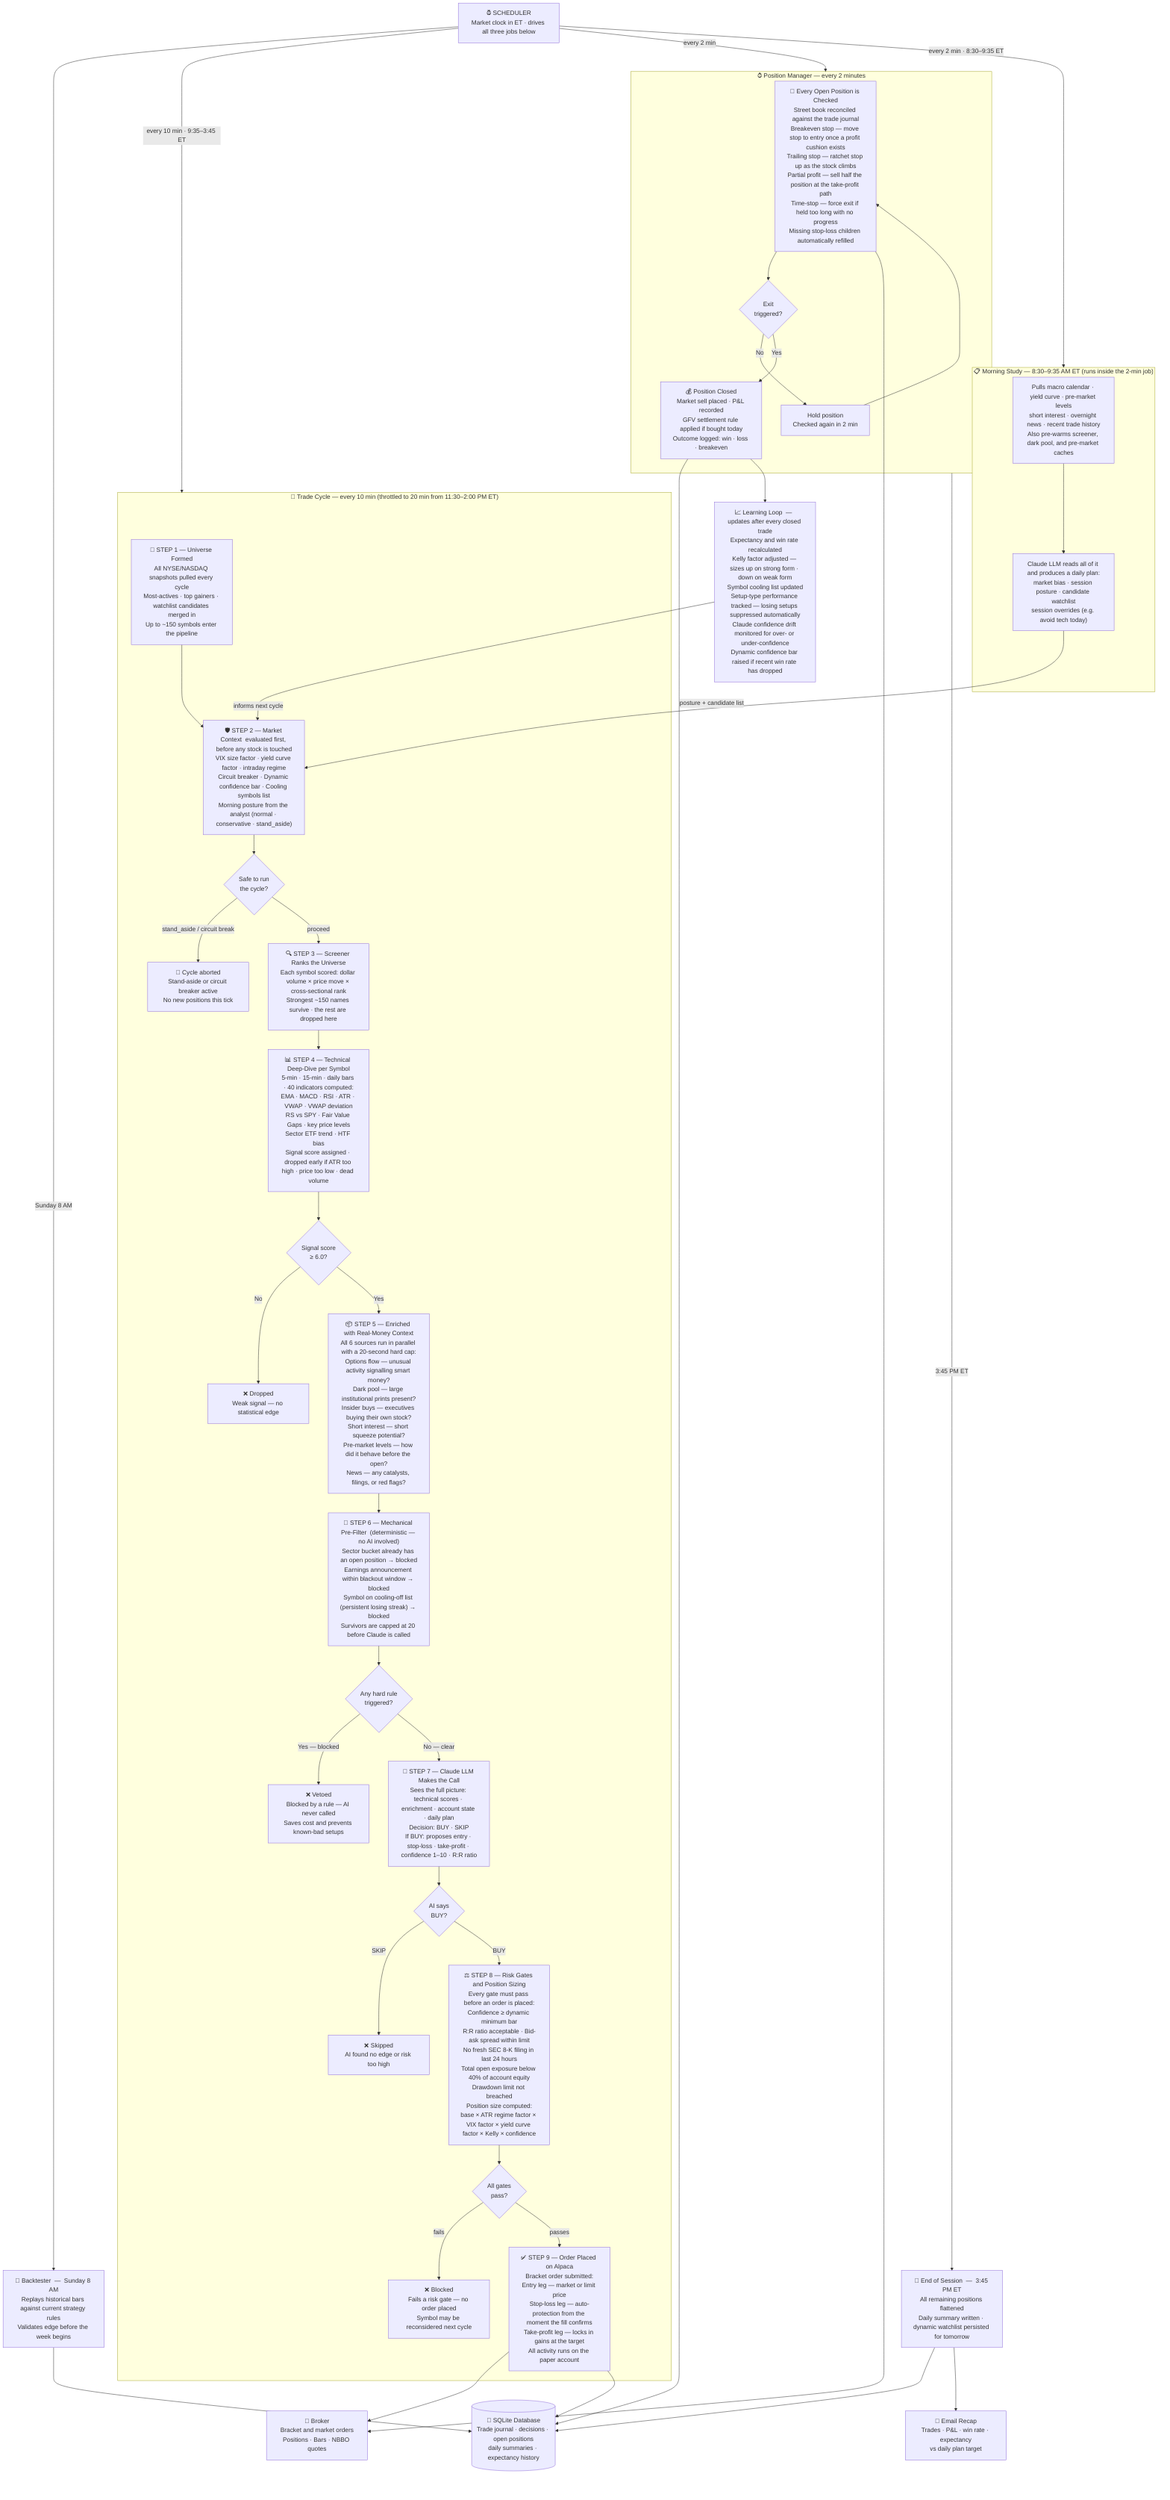
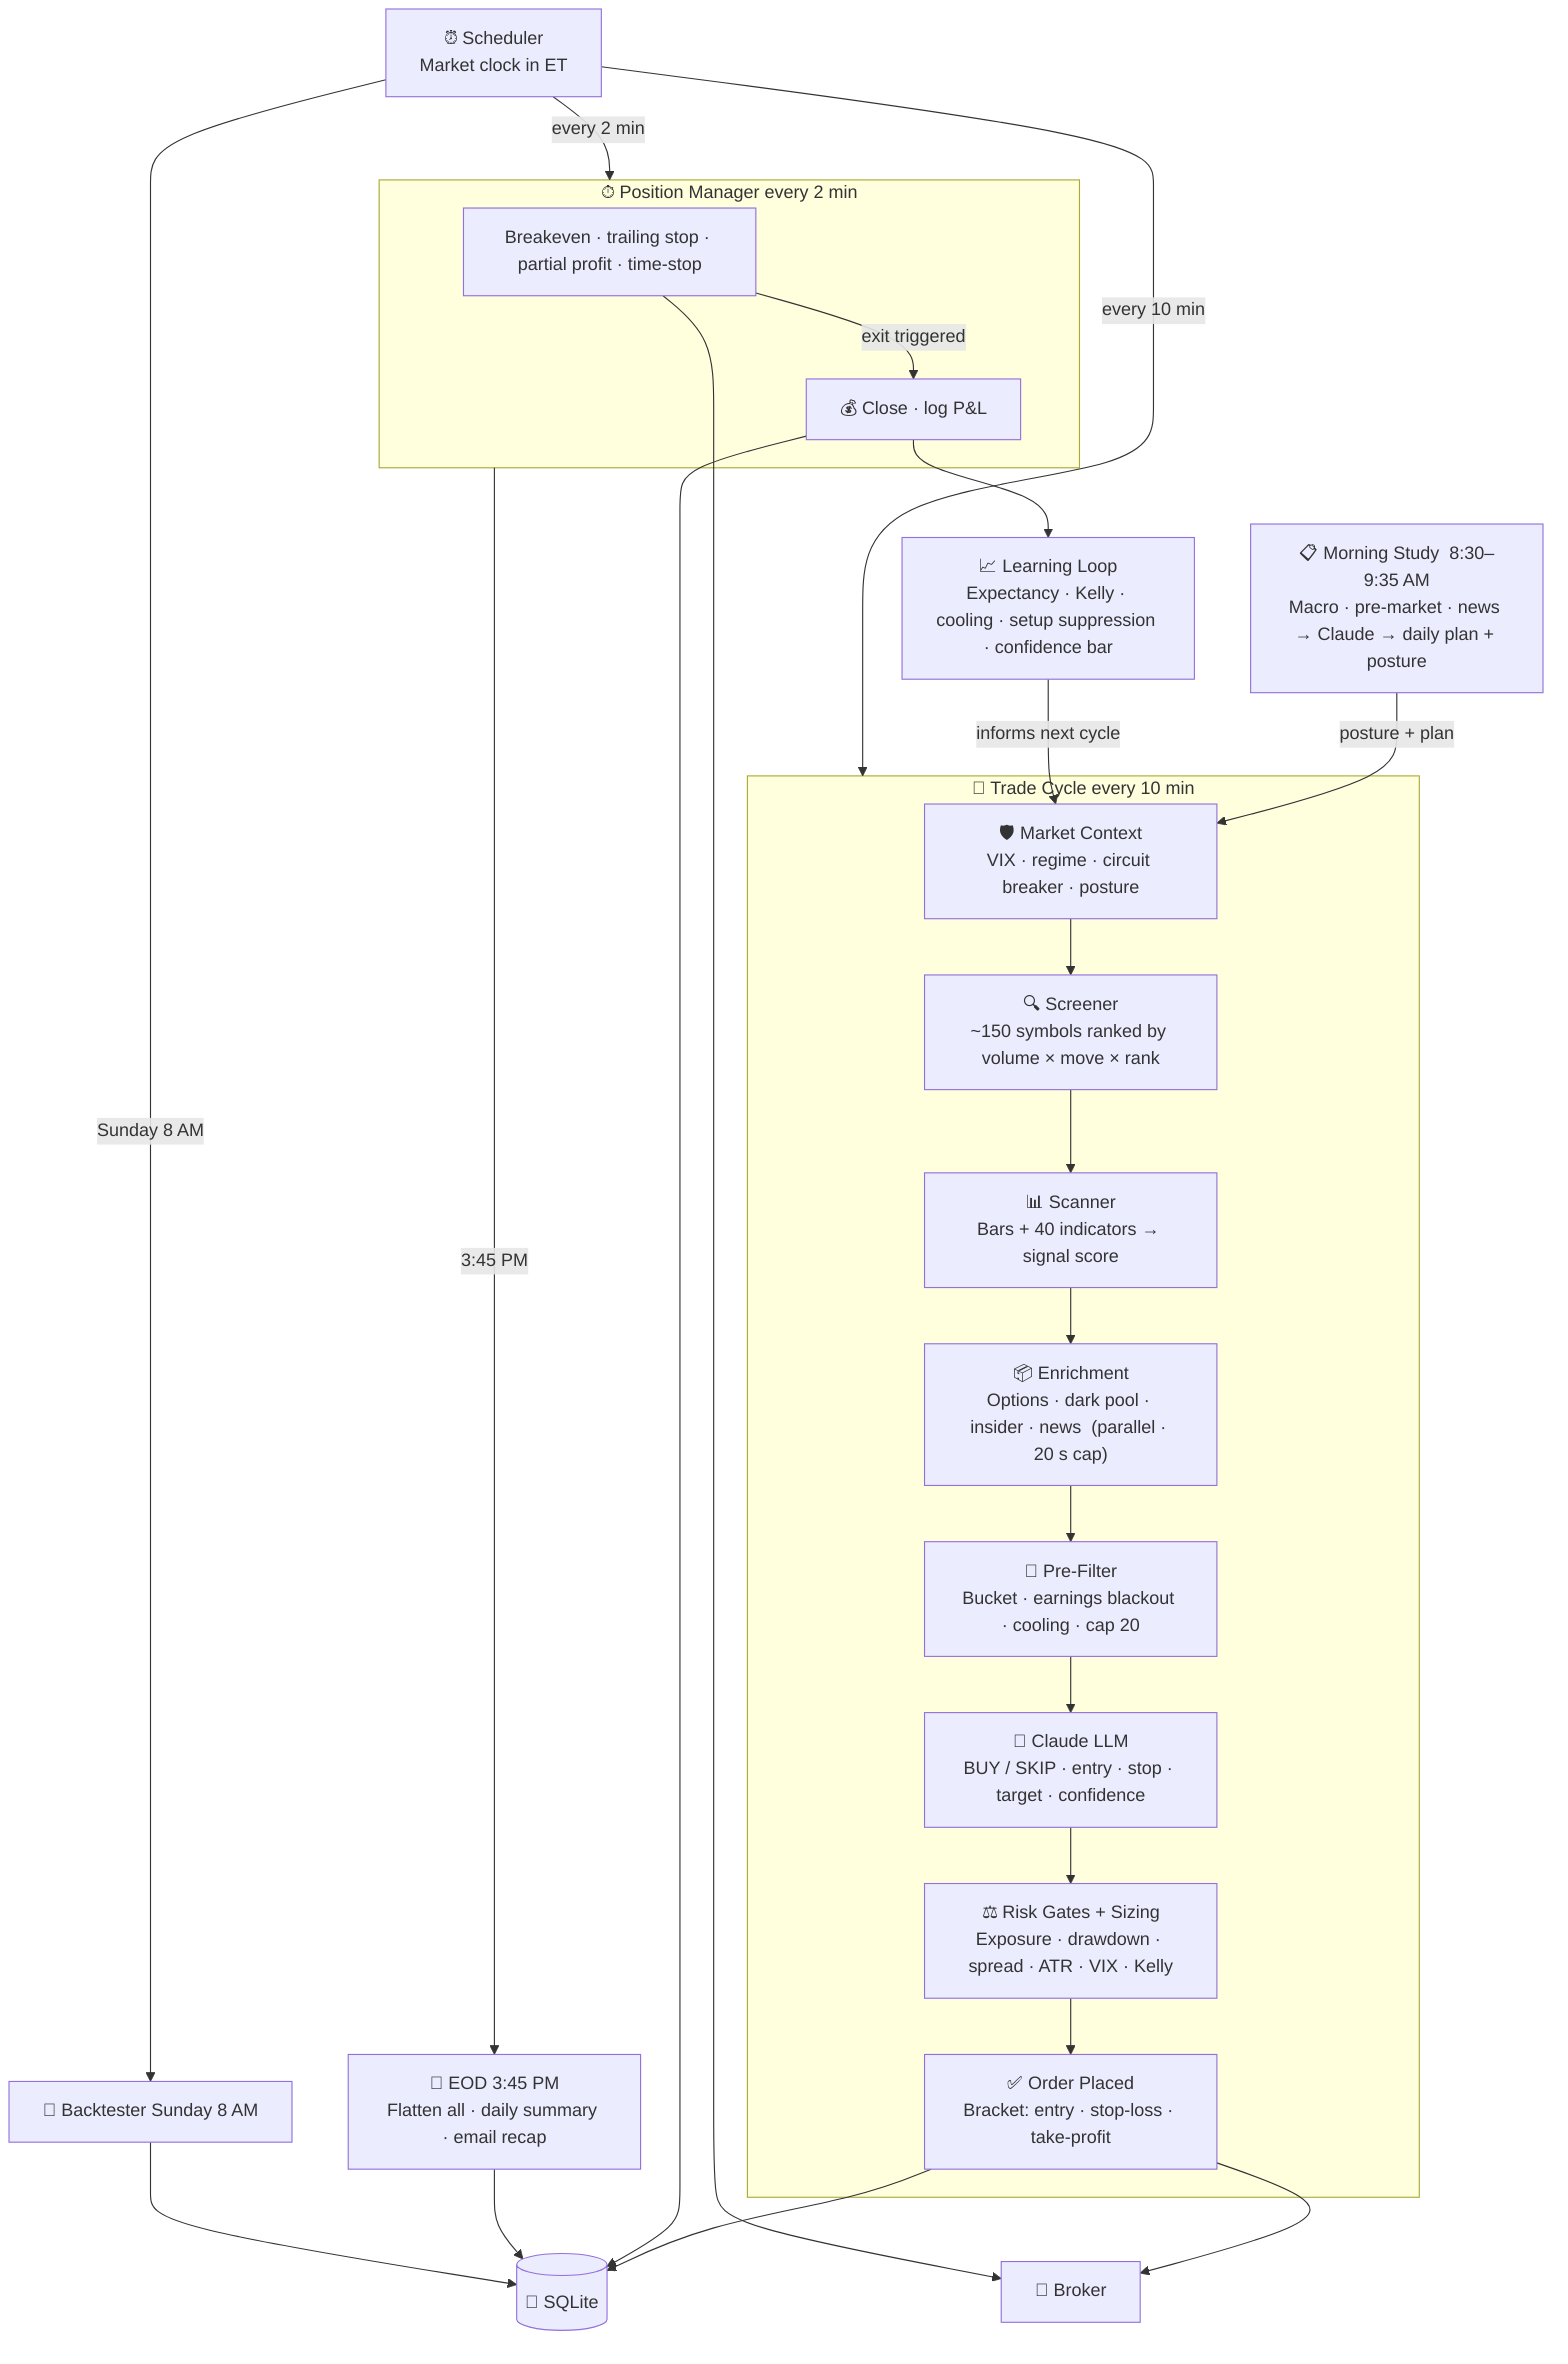
flowchart TD

-   SCHED["⏰ SCHEDULER\nMarket clock in ET · drives all three jobs below"]
+   SCHED["⏰ Scheduler\nMarket clock in ET"]

-   %% ── MORNING STUDY ──────────────────────────────────────────────────────────
-   subgraph MORNING_SG["📋 Morning Study  —  8:30–9:35 AM ET  (runs inside the 2-min job)"]
-     STUDY["Pulls macro calendar · yield curve · pre-market levels\nshort interest · overnight news · recent trade history\nAlso pre-warms screener, dark pool, and pre-market caches"]
-     ANALYST["Claude LLM reads all of it and produces a daily plan:\nmarket bias · session posture · candidate watchlist\nsession overrides (e.g. avoid tech today)"]
-     STUDY --> ANALYST
+   MORNING["📋 Morning Study  8:30–9:35 AM\nMacro · pre-market · news → Claude → daily plan + posture"]
+ 
+   subgraph CYCLE["🔄 Trade Cycle  every 10 min"]
+     GUARD["🛡️ Market Context\nVIX · regime · circuit breaker · posture"]
+     SCREEN["🔍 Screener\n~150 symbols ranked by volume × move × rank"]
+     SCAN["📊 Scanner\nBars + 40 indicators → signal score"]
+     ENRICH["📦 Enrichment\nOptions · dark pool · insider · news  (parallel · 20 s cap)"]
+     PREFILTER["🔎 Pre-Filter\nBucket · earnings blackout · cooling · cap 20"]
+     AI["🤖 Claude LLM\nBUY / SKIP · entry · stop · target · confidence"]
+     RISK["⚖️ Risk Gates + Sizing\nExposure · drawdown · spread · ATR · VIX · Kelly"]
+     ORDER["✅ Order Placed\nBracket: entry · stop-loss · take-profit"]
+     GUARD --> SCREEN --> SCAN --> ENRICH --> PREFILTER --> AI --> RISK --> ORDER
  end

-   %% ── TRADE CYCLE ────────────────────────────────────────────────────────────
-   subgraph CYCLE_SG["🔄 Trade Cycle  —  every 10 min  (throttled to 20 min from 11:30–2:00 PM ET)"]
- 
-     UNIVERSE["📡 STEP 1 — Universe Formed\nAll NYSE/NASDAQ snapshots pulled every cycle\nMost-actives · top gainers · watchlist candidates merged in\nUp to ~150 symbols enter the pipeline"]
- 
-     GUARD["🛡️ STEP 2 — Market Context  evaluated first, before any stock is touched\nVIX size factor · yield curve factor · intraday regime\nCircuit breaker · Dynamic confidence bar · Cooling symbols list\nMorning posture from the analyst (normal · conservative · stand_aside)"]
- 
-     GUARDED{"Safe to run\nthe cycle?"}
-     BLOCKED["🚫 Cycle aborted\nStand-aside or circuit breaker active\nNo new positions this tick"]
- 
-     SCREEN["🔍 STEP 3 — Screener Ranks the Universe\nEach symbol scored: dollar volume × price move × cross-sectional rank\nStrongest ~150 names survive · the rest are dropped here"]
- 
-     SCAN["📊 STEP 4 — Technical Deep-Dive per Symbol\n5-min · 15-min · daily bars · 40 indicators computed:\nEMA · MACD · RSI · ATR · VWAP · VWAP deviation\nRS vs SPY · Fair Value Gaps · key price levels\nSector ETF trend · HTF bias\nSignal score assigned · dropped early if ATR too high · price too low · dead volume"]
- 
-     SCOREGATE{"Signal score\n≥ 6.0?"}
-     DROPSCORE["❌ Dropped\nWeak signal — no statistical edge"]
- 
-     ENRICH["📦 STEP 5 — Enriched with Real-Money Context\nAll 6 sources run in parallel with a 20-second hard cap:\nOptions flow — unusual activity signalling smart money?\nDark pool — large institutional prints present?\nInsider buys — executives buying their own stock?\nShort interest — short squeeze potential?\nPre-market levels — how did it behave before the open?\nNews — any catalysts, filings, or red flags?"]
- 
-     PREFILTER["🔎 STEP 6 — Mechanical Pre-Filter  (deterministic — no AI involved)\nSector bucket already has an open position → blocked\nEarnings announcement within blackout window → blocked\nSymbol on cooling-off list (persistent losing streak) → blocked\nSurvivors are capped at 20 before Claude is called"]
- 
-     MECHGATE{"Any hard rule\ntriggered?"}
-     DROP_MECH["❌ Vetoed\nBlocked by a rule — AI never called\nSaves cost and prevents known-bad setups"]
- 
-     AI["🤖 STEP 7 — Claude LLM Makes the Call\nSees the full picture: technical scores · enrichment · account state · daily plan\nDecision: BUY · SKIP\nIf BUY: proposes entry · stop-loss · take-profit · confidence 1–10 · R:R ratio"]
- 
-     AIGATE{"AI says\nBUY?"}
-     DROP_AI["❌ Skipped\nAI found no edge or risk too high"]
- 
-     RISK["⚖️ STEP 8 — Risk Gates and Position Sizing\nEvery gate must pass before an order is placed:\nConfidence ≥ dynamic minimum bar\nR:R ratio acceptable · Bid-ask spread within limit\nNo fresh SEC 8-K filing in last 24 hours\nTotal open exposure below 40% of account equity\nDrawdown limit not breached\nPosition size computed:\nbase × ATR regime factor × VIX factor × yield curve factor × Kelly × confidence"]
- 
-     RISKGATE{"All gates\npass?"}
-     DROP_RISK["❌ Blocked\nFails a risk gate — no order placed\nSymbol may be reconsidered next cycle"]
- 
-     ORDER["✅ STEP 9 — Order Placed on Alpaca\nBracket order submitted:\nEntry leg — market or limit price\nStop-loss leg — auto-protection from the moment the fill confirms\nTake-profit leg — locks in gains at the target\nAll activity runs on the paper account"]
- 
-     UNIVERSE --> GUARD
-     GUARD --> GUARDED
-     GUARDED -->|"stand_aside / circuit break"| BLOCKED
-     GUARDED -->|"proceed"| SCREEN
-     SCREEN --> SCAN
-     SCAN --> SCOREGATE
-     SCOREGATE -->|"No"| DROPSCORE
-     SCOREGATE -->|"Yes"| ENRICH
-     ENRICH --> PREFILTER
-     PREFILTER --> MECHGATE
-     MECHGATE -->|"Yes — blocked"| DROP_MECH
-     MECHGATE -->|"No — clear"| AI
-     AI --> AIGATE
-     AIGATE -->|"SKIP"| DROP_AI
-     AIGATE -->|"BUY"| RISK
-     RISK --> RISKGATE
-     RISKGATE -->|"fails"| DROP_RISK
-     RISKGATE -->|"passes"| ORDER
+   subgraph PM["⏱ Position Manager  every 2 min"]
+     MONITOR["Breakeven · trailing stop · partial profit · time-stop"]
+     CLOSE["💰 Close · log P&L"]
+     MONITOR -->|"exit triggered"| CLOSE
  end

-   %% ── POSITION MANAGER ────────────────────────────────────────────────────────
-   subgraph PM_SG["⏱ Position Manager  —  every 2 minutes"]
-     HOLDINGS["📒 Every Open Position is Checked\nStreet book reconciled against the trade journal\nBreakeven stop — move stop to entry once a profit cushion exists\nTrailing stop — ratchet stop up as the stock climbs\nPartial profit — sell half the position at the take-profit path\nTime-stop — force exit if held too long with no progress\nMissing stop-loss children automatically refilled"]
-     EXITGATE{"Exit\ntriggered?"}
-     HOLD["Hold position\nChecked again in 2 min"]
-     CLOSE["💰 Position Closed\nMarket sell placed · P&L recorded\nGFV settlement rule applied if bought today\nOutcome logged: win · loss · breakeven"]
-     HOLDINGS --> EXITGATE
-     EXITGATE -->|"No"| HOLD
-     HOLD --> HOLDINGS
-     EXITGATE -->|"Yes"| CLOSE
-   end
+   LEARN["📈 Learning Loop\nExpectancy · Kelly · cooling · setup suppression · confidence bar"]
+   EOD["🏁 EOD 3:45 PM\nFlatten all · daily summary · email recap"]

-   %% ── EOD ─────────────────────────────────────────────────────────────────────
-   EOD["🏁 End of Session  —  3:45 PM ET\nAll remaining positions flattened\nDaily summary written · dynamic watchlist persisted for tomorrow"]
+   DB[("💾 SQLite")]
+   BROKER["🏦 Broker"]
+   BACKTEST["🔬 Backtester  Sunday 8 AM"]

-   EMAIL["📧 Email Recap\nTrades · P&L · win rate · expectancy\nvs daily plan target"]
- 
-   %% ── LEARNING LOOP ───────────────────────────────────────────────────────────
-   LEARN["📈 Learning Loop  —  updates after every closed trade\nExpectancy and win rate recalculated\nKelly factor adjusted — sizes up on strong form · down on weak form\nSymbol cooling list updated\nSetup-type performance tracked — losing setups suppressed automatically\nClaude confidence drift monitored for over- or under-confidence\nDynamic confidence bar raised if recent win rate has dropped"]
- 
-   %% ── BACKTESTER ──────────────────────────────────────────────────────────────
-   BACKTEST["🔬 Backtester  —  Sunday 8 AM\nReplays historical bars against current strategy rules\nValidates edge before the week begins"]
- 
-   %% ── INFRASTRUCTURE ──────────────────────────────────────────────────────────
-   BROKER["🏦 Broker\nBracket and market orders\nPositions · Bars · NBBO quotes"]
- 
-   DB[("💾 SQLite Database\nTrade journal · decisions · open positions\ndaily summaries · expectancy history")]
- 
-   %% ── WIRING ──────────────────────────────────────────────────────────────────
-   SCHED -->|"every 10 min · 9:35–3:45 ET"| CYCLE_SG
-   SCHED -->|"every 2 min"| PM_SG
-   SCHED -->|"every 2 min · 8:30–9:35 ET"| MORNING_SG
+   SCHED -->|"every 10 min"| CYCLE
+   SCHED -->|"every 2 min"| PM
  SCHED -->|"Sunday 8 AM"| BACKTEST
- 
-   ANALYST -->|"posture + candidate list"| GUARD
- 
+   MORNING -->|"posture + plan"| GUARD
  ORDER --> BROKER
  ORDER --> DB
- 
-   HOLDINGS --> BROKER
+   MONITOR --> BROKER
  CLOSE --> DB
- 
  CLOSE --> LEARN
  LEARN -->|"informs next cycle"| GUARD
- 
-   PM_SG -->|"3:45 PM ET"| EOD
+   PM -->|"3:45 PM"| EOD
  EOD --> DB
-   EOD --> EMAIL
- 
  BACKTEST --> DB
